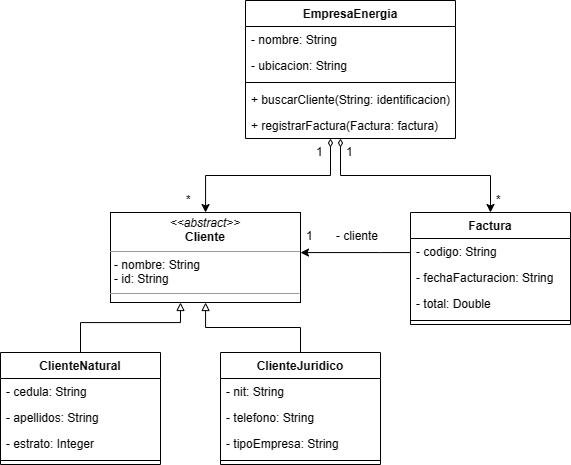
The draw.io diagram Taller 6 - parcial 3 2022-2/EmpresaEnergia/model/Diagrama.png in odiador/uq-2023-1-prog2, before a commit. Source tidied: cells renumbered, new cells last; positions are measured from the earlier drawing's top-left corner, leaving out a move shared by most shapes. Its diagram source:
```xml
<mxGraphModel>
  <root>
    <mxCell id="0" />
    <mxCell id="1" parent="0" />
    <mxCell id="2" style="edgeStyle=orthogonalEdgeStyle;rounded=0;jettySize=auto;html=1;startArrow=diamondThin;startFill=0;jumpSize=14;" parent="1" edge="1" source="3" target="9">
      <mxGeometry relative="1" as="geometry">
        <Array as="points">
          <mxPoint x="330" y="175" />
          <mxPoint x="205" y="175" />
        </Array>
      </mxGeometry>
    </mxCell>
    <mxCell id="3" value="EmpresaEnergia" style="swimlane;fontStyle=1;align=center;verticalAlign=top;horizontal=1;startSize=26;whiteSpace=wrap;html=1;" parent="1" vertex="1">
      <mxGeometry x="245" width="210" height="138" as="geometry" />
    </mxCell>
    <mxCell id="4" value="- nombre: String" style="text;strokeColor=none;fillColor=none;align=left;verticalAlign=top;spacingLeft=4;spacingRight=4;overflow=hidden;whiteSpace=wrap;html=1;" parent="3" vertex="1">
      <mxGeometry y="26" width="210" height="26" as="geometry" />
    </mxCell>
    <mxCell id="5" value="- ubicacion: String" style="text;strokeColor=none;fillColor=none;align=left;verticalAlign=top;spacingLeft=4;spacingRight=4;overflow=hidden;whiteSpace=wrap;html=1;" parent="3" vertex="1">
      <mxGeometry y="52" width="210" height="26" as="geometry" />
    </mxCell>
    <mxCell id="6" style="line;strokeWidth=1;fillColor=none;align=left;verticalAlign=middle;spacingTop=-1;spacingLeft=3;spacingRight=3;labelPosition=right;strokeColor=inherit;" parent="3" vertex="1">
      <mxGeometry y="78" width="210" height="8" as="geometry" />
    </mxCell>
    <mxCell id="7" value="+ buscarCliente(String: identificacion)" style="text;strokeColor=none;fillColor=none;align=left;verticalAlign=top;spacingLeft=4;spacingRight=4;overflow=hidden;whiteSpace=wrap;html=1;" parent="3" vertex="1">
      <mxGeometry y="86" width="210" height="26" as="geometry" />
    </mxCell>
    <mxCell id="8" value="+ registrarFactura(Factura: factura)" style="text;strokeColor=none;fillColor=none;align=left;verticalAlign=top;spacingLeft=4;spacingRight=4;overflow=hidden;whiteSpace=wrap;html=1;" parent="3" vertex="1">
      <mxGeometry y="112" width="210" height="26" as="geometry" />
    </mxCell>
    <mxCell id="9" value="&lt;p style=&quot;margin:0px;margin-top:4px;text-align:center;&quot;&gt;&lt;i&gt;&amp;lt;&amp;lt;abstract&amp;gt;&amp;gt;&lt;/i&gt;&lt;br&gt;&lt;b&gt;Cliente&lt;/b&gt;&lt;/p&gt;&lt;hr size=&quot;1&quot;&gt;&lt;p style=&quot;margin:0px;margin-left:4px;&quot;&gt;- nombre: String&lt;br&gt;&lt;/p&gt;&lt;p style=&quot;margin:0px;margin-left:4px;&quot;&gt;- id: String&lt;br&gt;&lt;/p&gt;&lt;hr size=&quot;1&quot;&gt;&lt;p style=&quot;margin:0px;margin-left:4px;&quot;&gt;&lt;br&gt;&lt;/p&gt;" style="verticalAlign=top;align=left;overflow=fill;fontSize=12;fontFamily=Helvetica;html=1;whiteSpace=wrap;" parent="1" vertex="1">
      <mxGeometry x="110" y="212" width="190" height="90" as="geometry" />
    </mxCell>
    <mxCell id="10" style="edgeStyle=orthogonalEdgeStyle;rounded=0;jettySize=auto;html=1;endArrow=block;endFill=0;" parent="1" edge="1" source="11" target="9">
      <mxGeometry relative="1" as="geometry">
        <Array as="points">
          <mxPoint x="80" y="322" />
          <mxPoint x="180" y="322" />
        </Array>
      </mxGeometry>
    </mxCell>
    <mxCell id="11" value="ClienteNatural" style="swimlane;fontStyle=1;align=center;verticalAlign=top;horizontal=1;startSize=26;whiteSpace=wrap;html=1;" parent="1" vertex="1">
      <mxGeometry y="352" width="160" height="112" as="geometry" />
    </mxCell>
    <mxCell id="12" value="- cedula: String" style="text;strokeColor=none;fillColor=none;align=left;verticalAlign=top;spacingLeft=4;spacingRight=4;overflow=hidden;whiteSpace=wrap;html=1;" parent="11" vertex="1">
      <mxGeometry y="26" width="160" height="26" as="geometry" />
    </mxCell>
    <mxCell id="13" value="- apellidos: String" style="text;strokeColor=none;fillColor=none;align=left;verticalAlign=top;spacingLeft=4;spacingRight=4;overflow=hidden;whiteSpace=wrap;html=1;" parent="11" vertex="1">
      <mxGeometry y="52" width="160" height="26" as="geometry" />
    </mxCell>
    <mxCell id="14" value="- estrato: Integer" style="text;strokeColor=none;fillColor=none;align=left;verticalAlign=top;spacingLeft=4;spacingRight=4;overflow=hidden;whiteSpace=wrap;html=1;" parent="11" vertex="1">
      <mxGeometry y="78" width="160" height="26" as="geometry" />
    </mxCell>
    <mxCell id="15" style="line;strokeWidth=1;fillColor=none;align=left;verticalAlign=middle;spacingTop=-1;spacingLeft=3;spacingRight=3;labelPosition=right;strokeColor=inherit;" parent="11" vertex="1">
      <mxGeometry y="104" width="160" height="8" as="geometry" />
    </mxCell>
    <mxCell id="16" style="edgeStyle=orthogonalEdgeStyle;rounded=0;jettySize=auto;html=1;endArrow=block;endFill=0;" parent="1" edge="1" source="17" target="9">
      <mxGeometry relative="1" as="geometry" />
    </mxCell>
    <mxCell id="17" value="ClienteJuridico" style="swimlane;fontStyle=1;align=center;verticalAlign=top;horizontal=1;startSize=26;whiteSpace=wrap;html=1;" parent="1" vertex="1">
      <mxGeometry x="220" y="352" width="160" height="112" as="geometry" />
    </mxCell>
    <mxCell id="18" value="- nit: String" style="text;strokeColor=none;fillColor=none;align=left;verticalAlign=top;spacingLeft=4;spacingRight=4;overflow=hidden;whiteSpace=wrap;html=1;" parent="17" vertex="1">
      <mxGeometry y="26" width="160" height="26" as="geometry" />
    </mxCell>
    <mxCell id="19" value="- telefono: String" style="text;strokeColor=none;fillColor=none;align=left;verticalAlign=top;spacingLeft=4;spacingRight=4;overflow=hidden;whiteSpace=wrap;html=1;" parent="17" vertex="1">
      <mxGeometry y="52" width="160" height="26" as="geometry" />
    </mxCell>
    <mxCell id="20" value="- tipoEmpresa: String" style="text;strokeColor=none;fillColor=none;align=left;verticalAlign=top;spacingLeft=4;spacingRight=4;overflow=hidden;whiteSpace=wrap;html=1;" parent="17" vertex="1">
      <mxGeometry y="78" width="160" height="26" as="geometry" />
    </mxCell>
    <mxCell id="21" style="line;strokeWidth=1;fillColor=none;align=left;verticalAlign=middle;spacingTop=-1;spacingLeft=3;spacingRight=3;labelPosition=right;strokeColor=inherit;" parent="17" vertex="1">
      <mxGeometry y="104" width="160" height="8" as="geometry" />
    </mxCell>
    <mxCell id="22" style="edgeStyle=orthogonalEdgeStyle;rounded=0;jettySize=auto;html=1;" parent="1" edge="1" source="23" target="9">
      <mxGeometry relative="1" as="geometry">
        <Array as="points">
          <mxPoint x="380" y="252" />
          <mxPoint x="380" y="252" />
        </Array>
      </mxGeometry>
    </mxCell>
    <mxCell id="23" value="Factura" style="swimlane;fontStyle=1;align=center;verticalAlign=top;horizontal=1;startSize=26;whiteSpace=wrap;html=1;" parent="1" vertex="1">
      <mxGeometry x="410" y="212" width="160" height="112" as="geometry" />
    </mxCell>
    <mxCell id="24" value="- codigo: String" style="text;strokeColor=none;fillColor=none;align=left;verticalAlign=top;spacingLeft=4;spacingRight=4;overflow=hidden;whiteSpace=wrap;html=1;" parent="23" vertex="1">
      <mxGeometry y="26" width="160" height="26" as="geometry" />
    </mxCell>
    <mxCell id="25" value="- fechaFacturacion: String" style="text;strokeColor=none;fillColor=none;align=left;verticalAlign=top;spacingLeft=4;spacingRight=4;overflow=hidden;whiteSpace=wrap;html=1;" parent="23" vertex="1">
      <mxGeometry y="52" width="160" height="26" as="geometry" />
    </mxCell>
    <mxCell id="26" value="- total: Double" style="text;strokeColor=none;fillColor=none;align=left;verticalAlign=top;spacingLeft=4;spacingRight=4;overflow=hidden;whiteSpace=wrap;html=1;" parent="23" vertex="1">
      <mxGeometry y="78" width="160" height="26" as="geometry" />
    </mxCell>
    <mxCell id="27" style="line;strokeWidth=1;fillColor=none;align=left;verticalAlign=middle;spacingTop=-1;spacingLeft=3;spacingRight=3;labelPosition=right;strokeColor=inherit;" parent="23" vertex="1">
      <mxGeometry y="104" width="160" height="8" as="geometry" />
    </mxCell>
    <mxCell id="28" style="edgeStyle=orthogonalEdgeStyle;rounded=0;jettySize=auto;html=1;startArrow=diamondThin;startFill=0;strokeWidth=1;" parent="1" edge="1" source="3" target="23">
      <mxGeometry relative="1" as="geometry">
        <Array as="points">
          <mxPoint x="340" y="175" />
          <mxPoint x="490" y="175" />
        </Array>
      </mxGeometry>
    </mxCell>
    <mxCell id="29" value="- cliente" style="text;strokeColor=none;fillColor=none;align=left;verticalAlign=top;spacingLeft=4;spacingRight=4;overflow=hidden;whiteSpace=wrap;html=1;" parent="1" vertex="1">
      <mxGeometry x="330" y="222" width="60" height="26" as="geometry" />
    </mxCell>
    <mxCell id="30" value="1" style="text;strokeColor=none;fillColor=none;align=left;verticalAlign=top;spacingLeft=4;spacingRight=4;overflow=hidden;whiteSpace=wrap;html=1;" parent="1" vertex="1">
      <mxGeometry x="300" y="222" width="20" height="26" as="geometry" />
    </mxCell>
    <mxCell id="31" value="1" style="text;strokeColor=none;fillColor=none;align=left;verticalAlign=top;spacingLeft=4;spacingRight=4;overflow=hidden;whiteSpace=wrap;html=1;" parent="1" vertex="1">
      <mxGeometry x="310" y="138" width="20" height="26" as="geometry" />
    </mxCell>
    <mxCell id="32" value="1" style="text;strokeColor=none;fillColor=none;align=left;verticalAlign=top;spacingLeft=4;spacingRight=4;overflow=hidden;whiteSpace=wrap;html=1;" parent="1" vertex="1">
      <mxGeometry x="340" y="138" width="20" height="26" as="geometry" />
    </mxCell>
    <mxCell id="33" value="*" style="text;strokeColor=none;fillColor=none;align=left;verticalAlign=top;spacingLeft=4;spacingRight=4;overflow=hidden;whiteSpace=wrap;html=1;" parent="1" vertex="1">
      <mxGeometry x="180" y="186" width="20" height="26" as="geometry" />
    </mxCell>
    <mxCell id="34" value="*" style="text;strokeColor=none;fillColor=none;align=left;verticalAlign=top;spacingLeft=4;spacingRight=4;overflow=hidden;whiteSpace=wrap;html=1;" parent="1" vertex="1">
      <mxGeometry x="490" y="186" width="20" height="26" as="geometry" />
    </mxCell>
  </root>
</mxGraphModel>
```
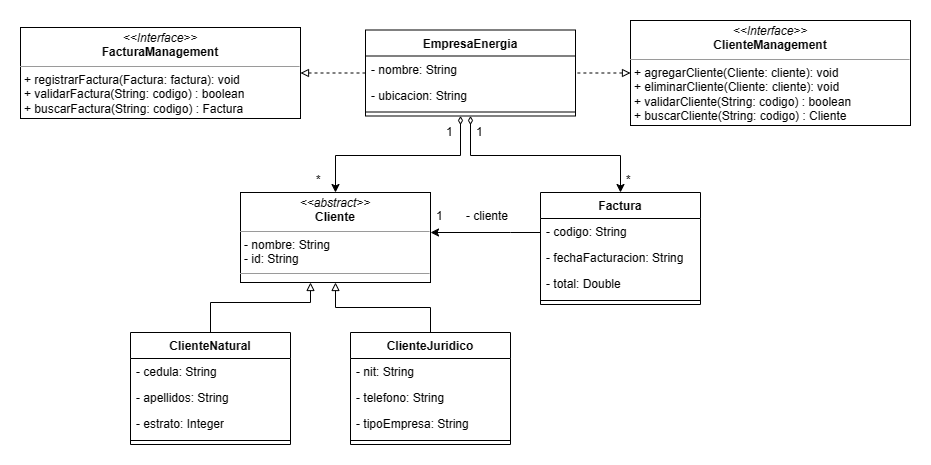
The same file after the commit.

Change to the diagram source:
```diff
@@ -10,8 +10,11 @@
         </Array>
       </mxGeometry>
     </mxCell>
+    <mxCell id="35" style="edgeStyle=orthogonalEdgeStyle;rounded=0;jettySize=auto;html=1;dashed=1;startArrow=none;startFill=0;endArrow=block;endFill=0;" parent="1" edge="1" source="3" target="36">
+      <mxGeometry relative="1" as="geometry" />
+    </mxCell>
     <mxCell id="3" value="EmpresaEnergia" style="swimlane;fontStyle=1;align=center;verticalAlign=top;horizontal=1;startSize=26;whiteSpace=wrap;html=1;" parent="1" vertex="1">
-      <mxGeometry x="245" width="210" height="138" as="geometry" />
+      <mxGeometry x="235" y="49.5" width="210" height="86" as="geometry" />
     </mxCell>
     <mxCell id="4" value="- nombre: String" style="text;strokeColor=none;fillColor=none;align=left;verticalAlign=top;spacingLeft=4;spacingRight=4;overflow=hidden;whiteSpace=wrap;html=1;" parent="3" vertex="1">
       <mxGeometry y="26" width="210" height="26" as="geometry" />
@@ -22,12 +25,6 @@
     <mxCell id="6" style="line;strokeWidth=1;fillColor=none;align=left;verticalAlign=middle;spacingTop=-1;spacingLeft=3;spacingRight=3;labelPosition=right;strokeColor=inherit;" parent="3" vertex="1">
       <mxGeometry y="78" width="210" height="8" as="geometry" />
     </mxCell>
-    <mxCell id="7" value="+ buscarCliente(String: identificacion)" style="text;strokeColor=none;fillColor=none;align=left;verticalAlign=top;spacingLeft=4;spacingRight=4;overflow=hidden;whiteSpace=wrap;html=1;" parent="3" vertex="1">
-      <mxGeometry y="86" width="210" height="26" as="geometry" />
-    </mxCell>
-    <mxCell id="8" value="+ registrarFactura(Factura: factura)" style="text;strokeColor=none;fillColor=none;align=left;verticalAlign=top;spacingLeft=4;spacingRight=4;overflow=hidden;whiteSpace=wrap;html=1;" parent="3" vertex="1">
-      <mxGeometry y="112" width="210" height="26" as="geometry" />
-    </mxCell>
     <mxCell id="9" value="&lt;p style=&quot;margin:0px;margin-top:4px;text-align:center;&quot;&gt;&lt;i&gt;&amp;lt;&amp;lt;abstract&amp;gt;&amp;gt;&lt;/i&gt;&lt;br&gt;&lt;b&gt;Cliente&lt;/b&gt;&lt;/p&gt;&lt;hr size=&quot;1&quot;&gt;&lt;p style=&quot;margin:0px;margin-left:4px;&quot;&gt;- nombre: String&lt;br&gt;&lt;/p&gt;&lt;p style=&quot;margin:0px;margin-left:4px;&quot;&gt;- id: String&lt;br&gt;&lt;/p&gt;&lt;hr size=&quot;1&quot;&gt;&lt;p style=&quot;margin:0px;margin-left:4px;&quot;&gt;&lt;br&gt;&lt;/p&gt;" style="verticalAlign=top;align=left;overflow=fill;fontSize=12;fontFamily=Helvetica;html=1;whiteSpace=wrap;" parent="1" vertex="1">
       <mxGeometry x="110" y="212" width="190" height="90" as="geometry" />
     </mxCell>
@@ -121,5 +118,14 @@
     <mxCell id="34" value="*" style="text;strokeColor=none;fillColor=none;align=left;verticalAlign=top;spacingLeft=4;spacingRight=4;overflow=hidden;whiteSpace=wrap;html=1;" parent="1" vertex="1">
       <mxGeometry x="490" y="186" width="20" height="26" as="geometry" />
     </mxCell>
+    <mxCell id="36" value="&lt;p style=&quot;margin:0px;margin-top:4px;text-align:center;&quot;&gt;&lt;i&gt;&amp;lt;&amp;lt;Interface&amp;gt;&amp;gt;&lt;/i&gt;&lt;br&gt;&lt;b&gt;FacturaManagement&lt;/b&gt;&lt;/p&gt;&lt;hr size=&quot;1&quot;&gt;&lt;p style=&quot;margin:0px;margin-left:4px;&quot;&gt;+ registrarFactura(Factura: factura): void&lt;br&gt;+ validarFactura(String: codigo) : boolean&lt;/p&gt;&lt;p style=&quot;margin:0px;margin-left:4px;&quot;&gt;+ buscarFactura(String: codigo) : Factura&lt;/p&gt;" style="verticalAlign=top;align=left;overflow=fill;fontSize=12;fontFamily=Helvetica;html=1;whiteSpace=wrap;" parent="1" vertex="1">
+      <mxGeometry x="-110" y="47" width="280" height="91" as="geometry" />
+    </mxCell>
+    <mxCell id="37" style="edgeStyle=orthogonalEdgeStyle;rounded=0;jettySize=auto;html=1;endArrow=none;endFill=0;dashed=1;startArrow=block;startFill=0;" parent="1" edge="1" source="38" target="3">
+      <mxGeometry relative="1" as="geometry" />
+    </mxCell>
+    <mxCell id="38" value="&lt;p style=&quot;margin:0px;margin-top:4px;text-align:center;&quot;&gt;&lt;i&gt;&amp;lt;&amp;lt;Interface&amp;gt;&amp;gt;&lt;/i&gt;&lt;br&gt;&lt;b&gt;ClienteManagement&lt;/b&gt;&lt;/p&gt;&lt;hr size=&quot;1&quot;&gt;&lt;p style=&quot;margin:0px;margin-left:4px;&quot;&gt;+ agregarCliente(Cliente: cliente): void&lt;/p&gt;&lt;p style=&quot;margin:0px;margin-left:4px;&quot;&gt;+ eliminarCliente(Cliente: cliente): void&lt;br&gt;+ validarCliente(String: codigo) : boolean&lt;/p&gt;&lt;p style=&quot;margin:0px;margin-left:4px;&quot;&gt;+ buscarCliente(String: codigo) : Cliente&lt;/p&gt;" style="verticalAlign=top;align=left;overflow=fill;fontSize=12;fontFamily=Helvetica;html=1;whiteSpace=wrap;" parent="1" vertex="1">
+      <mxGeometry x="500" y="40" width="280" height="105" as="geometry" />
+    </mxCell>
   </root>
 </mxGraphModel>
```
